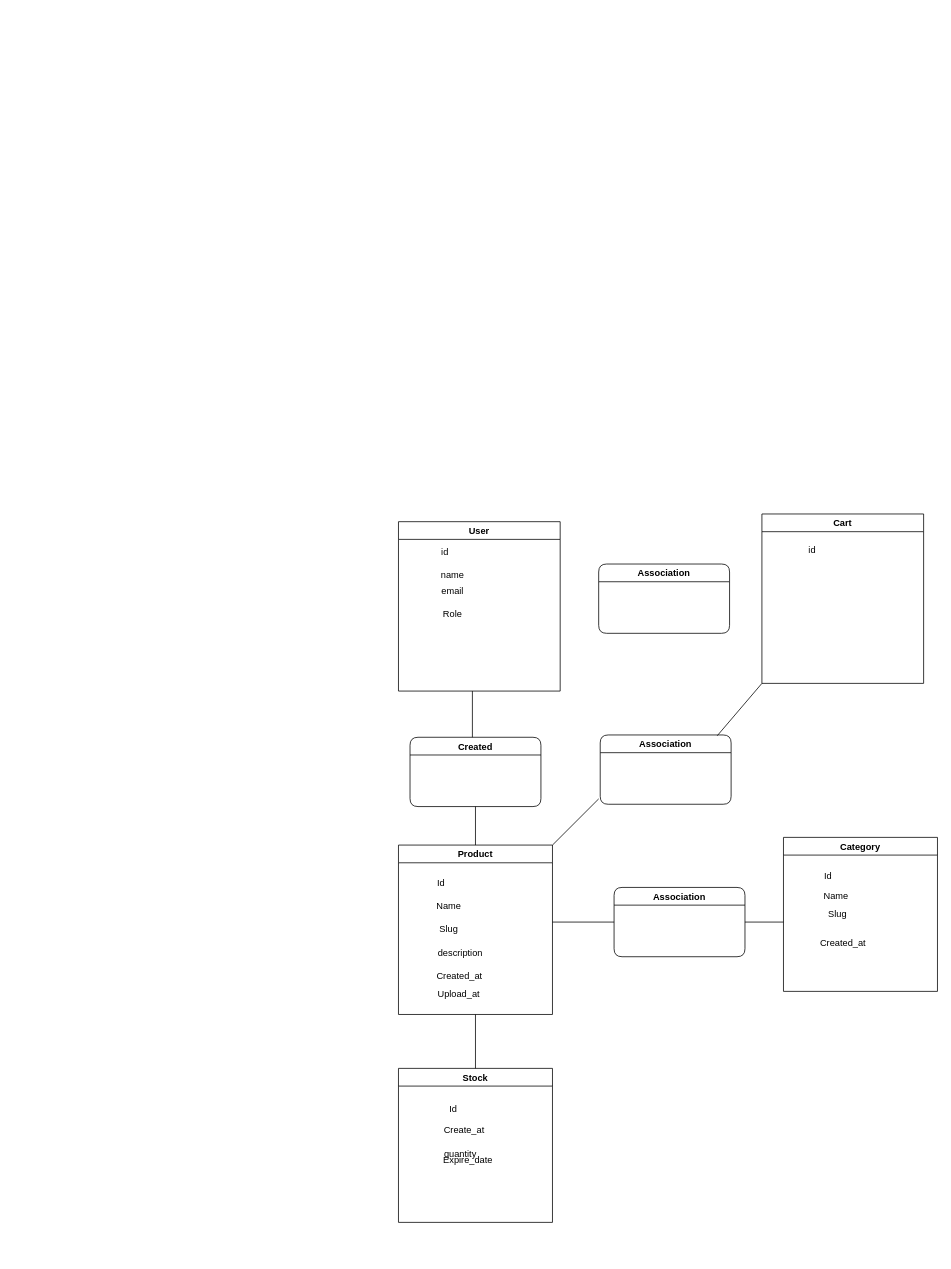
St-el-a-lisa/Ventalis_diagram keeps this draw.io diagram as MCD_Diagram.drawio. Above is the earlier version. Source tidied: cells renumbered, new cells numbered last; positions are measured from the earlier drawing's top-left corner, leaving out a move shared by most shapes. Both pictures are drawn from the tidied source at 77%, with x=0, y=0 at pixel (398, 514).
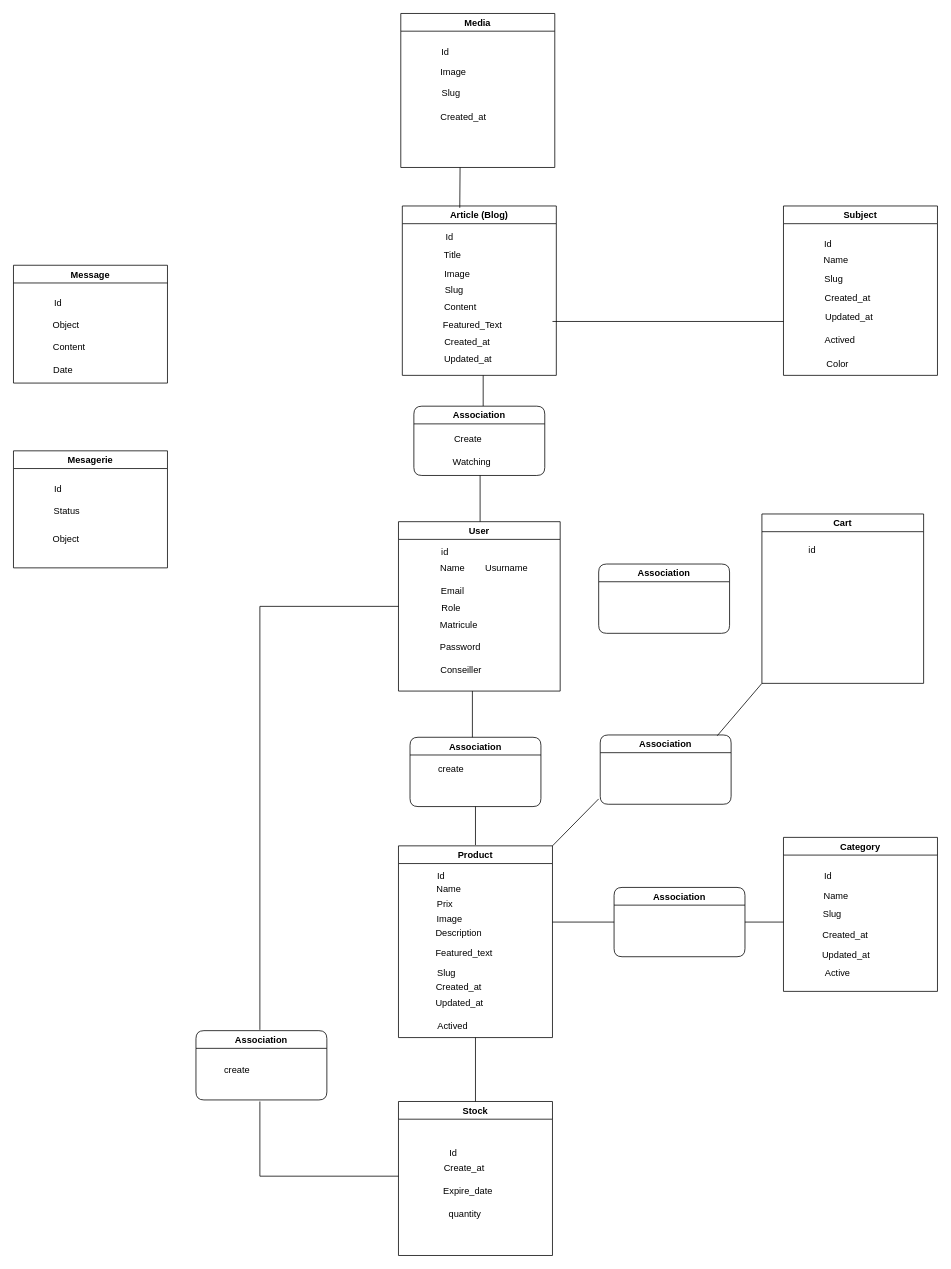
The same page after the edit.

Commit message:
Mettre à jour MCD_Diagram.drawio

The change refers to these unchanged cells:
```xml
<mxCell id="18" value="User" style="swimlane;rounded=0;gradientColor=none;" parent="1" vertex="1">
  <mxGeometry y="10" width="210" height="220" as="geometry" />
</mxCell>
```

Diff of the diagram source:
```diff
@@
     <mxCell id="2" value="Product" style="swimlane;" parent="1" vertex="1">
-      <mxGeometry y="430" width="200" height="220" as="geometry" />
+      <mxGeometry y="431" width="200" height="249" as="geometry" />
     </mxCell>
     <mxCell id="3" value="Id" style="text;html=1;align=center;verticalAlign=middle;strokeColor=none;fillColor=none;" parent="2" vertex="1">
-      <mxGeometry x="40" y="40" width="30" height="20" as="geometry" />
+      <mxGeometry x="40" y="29" width="30" height="20" as="geometry" />
     </mxCell>
     <mxCell id="4" value="Name" style="text;html=1;align=center;verticalAlign=middle;strokeColor=none;fillColor=none;" parent="2" vertex="1">
-      <mxGeometry x="40" y="70" width="50" height="20" as="geometry" />
+      <mxGeometry x="40" y="46" width="50" height="20" as="geometry" />
     </mxCell>
     <mxCell id="5" value="Slug" style="text;html=1;align=center;verticalAlign=middle;strokeColor=none;fillColor=none;" parent="2" vertex="1">
-      <mxGeometry x="45" y="100" width="40" height="20" as="geometry" />
+      <mxGeometry x="42" y="156" width="40" height="20" as="geometry" />
     </mxCell>
-    <mxCell id="6" value="description" style="text;html=1;align=center;verticalAlign=middle;strokeColor=none;fillColor=none;" parent="2" vertex="1">
-      <mxGeometry x="45" y="130" width="70" height="20" as="geometry" />
+    <mxCell id="6" value="Description" style="text;html=1;align=center;verticalAlign=middle;strokeColor=none;fillColor=none;" parent="2" vertex="1">
+      <mxGeometry x="38" y="99" width="80" height="30" as="geometry" />
     </mxCell>
+    <mxCell id="37" value="Actived" style="text;html=1;align=center;verticalAlign=middle;strokeColor=none;fillColor=none;" parent="2" vertex="1">
+      <mxGeometry x="40" y="219" width="60" height="30" as="geometry" />
+    </mxCell>
@@
     <mxCell id="13" value="Created_at" style="text;html=1;align=center;verticalAlign=middle;strokeColor=none;fillColor=none;" parent="1" vertex="1">
-      <mxGeometry x="542" y="547" width="70" height="20" as="geometry" />
+      <mxGeometry x="545" y="537" width="70" height="20" as="geometry" />
     </mxCell>
     <mxCell id="14" value="Created_at" style="text;html=1;align=center;verticalAlign=middle;strokeColor=none;fillColor=none;" parent="1" vertex="1">
-      <mxGeometry x="44" y="590" width="70" height="20" as="geometry" />
+      <mxGeometry x="43" y="605" width="70" height="20" as="geometry" />
     </mxCell>
     <mxCell id="15" value="Slug" style="text;html=1;align=center;verticalAlign=middle;strokeColor=none;fillColor=none;" parent="1" vertex="1">
-      <mxGeometry x="550" y="510" width="40" height="20" as="geometry" />
+      <mxGeometry x="543" y="510" width="40" height="20" as="geometry" />
     </mxCell>
     <mxCell id="16" value="Stock" style="swimlane;rounded=0;gradientColor=none;" parent="1" vertex="1">
-      <mxGeometry y="720" width="200" height="200" as="geometry" />
+      <mxGeometry y="763" width="200" height="200" as="geometry" />
     </mxCell>
+    <mxCell id="27" value="quantity" style="text;html=1;align=center;verticalAlign=middle;strokeColor=none;fillColor=none;" parent="16" vertex="1">
+      <mxGeometry x="56" y="137" width="60" height="20" as="geometry" />
+    </mxCell>
+    <mxCell id="28" value="Expire_date" style="text;html=1;align=center;verticalAlign=middle;strokeColor=none;fillColor=none;" parent="16" vertex="1">
+      <mxGeometry x="50" y="107" width="80" height="20" as="geometry" />
+    </mxCell>
+    <mxCell id="25" value="Create_at" style="text;html=1;align=center;verticalAlign=middle;strokeColor=none;fillColor=none;" parent="16" vertex="1">
+      <mxGeometry x="50" y="77" width="70" height="20" as="geometry" />
+    </mxCell>
+    <mxCell id="24" value="Id" style="text;html=1;align=center;verticalAlign=middle;strokeColor=none;fillColor=none;" parent="16" vertex="1">
+      <mxGeometry x="56" y="57" width="30" height="20" as="geometry" />
+    </mxCell>
@@
-    <mxCell id="19" value="email" style="text;html=1;align=center;verticalAlign=middle;strokeColor=none;fillColor=none;" parent="18" vertex="1">
-      <mxGeometry x="50" y="80" width="40" height="20" as="geometry" />
+    <mxCell id="19" value="Email" style="text;html=1;align=center;verticalAlign=middle;strokeColor=none;fillColor=none;" parent="18" vertex="1">
+      <mxGeometry x="45" y="75" width="50" height="30" as="geometry" />
     </mxCell>
     <mxCell id="20" value="Role" style="text;html=1;align=center;verticalAlign=middle;strokeColor=none;fillColor=none;" parent="18" vertex="1">
-      <mxGeometry x="50" y="110" width="40" height="20" as="geometry" />
+      <mxGeometry x="48" y="103" width="40" height="20" as="geometry" />
     </mxCell>
-    <mxCell id="21" value="name" style="text;html=1;align=center;verticalAlign=middle;strokeColor=none;fillColor=none;" parent="18" vertex="1">
-      <mxGeometry x="45" y="60" width="50" height="20" as="geometry" />
+    <mxCell id="21" value="Name" style="text;html=1;align=center;verticalAlign=middle;strokeColor=none;fillColor=none;" parent="18" vertex="1">
+      <mxGeometry x="40" y="46" width="60" height="30" as="geometry" />
     </mxCell>
@@
+    <mxCell id="38" value="Matricule" style="text;html=1;align=center;verticalAlign=middle;strokeColor=none;fillColor=none;" parent="18" vertex="1">
+      <mxGeometry x="43" y="120" width="70" height="30" as="geometry" />
+    </mxCell>
+    <mxCell id="39" value="Usurname" style="text;html=1;align=center;verticalAlign=middle;strokeColor=none;fillColor=none;" parent="18" vertex="1">
+      <mxGeometry x="100" y="46" width="80" height="30" as="geometry" />
+    </mxCell>
@@
-    <mxCell id="24" value="Id" style="text;html=1;align=center;verticalAlign=middle;strokeColor=none;fillColor=none;" parent="1" vertex="1">
-      <mxGeometry x="56" y="763" width="30" height="20" as="geometry" />
-    </mxCell>
-    <mxCell id="25" value="Create_at" style="text;html=1;align=center;verticalAlign=middle;strokeColor=none;fillColor=none;" parent="1" vertex="1">
-      <mxGeometry x="50" y="790" width="70" height="20" as="geometry" />
-    </mxCell>
-    <mxCell id="26" value="Upload_at" style="text;html=1;align=center;verticalAlign=middle;strokeColor=none;fillColor=none;" parent="1" vertex="1">
-      <mxGeometry x="43" y="614" width="70" height="20" as="geometry" />
+    <mxCell id="26" value="Updated_at" style="text;html=1;align=center;verticalAlign=middle;strokeColor=none;fillColor=none;" parent="1" vertex="1">
+      <mxGeometry x="34" y="620" width="90" height="30" as="geometry" />
     </mxCell>
-    <mxCell id="27" value="quantity" style="text;html=1;align=center;verticalAlign=middle;strokeColor=none;fillColor=none;" parent="1" vertex="1">
-      <mxGeometry x="50" y="821" width="60" height="20" as="geometry" />
-    </mxCell>
-    <mxCell id="28" value="Expire_date" style="text;html=1;align=center;verticalAlign=middle;strokeColor=none;fillColor=none;" parent="1" vertex="1">
-      <mxGeometry x="50" y="829" width="80" height="20" as="geometry" />
-    </mxCell>
-    <mxCell id="29" value="Created" style="swimlane;gradientColor=none;rounded=1;startSize=23;" parent="1" vertex="1">
+    <mxCell id="29" value="Association" style="swimlane;gradientColor=none;rounded=1;startSize=23;" parent="1" vertex="1">
       <mxGeometry x="15" y="290" width="170" height="90" as="geometry" />
     </mxCell>
@@
+    <mxCell id="40" value="Association" style="swimlane;gradientColor=none;rounded=1;startSize=23;" parent="1" vertex="1">
+      <mxGeometry x="-263" y="671" width="170" height="90" as="geometry" />
+    </mxCell>
+    <mxCell id="41" style="endArrow=none;html=1;rounded=0;entryX=0;entryY=0.5;entryDx=0;entryDy=0;edgeStyle=orthogonalEdgeStyle;" parent="1" edge="1" target="18">
+      <mxGeometry relative="1" as="geometry">
+        <mxPoint x="-180" y="670" as="sourcePoint" />
+        <Array as="points">
+          <mxPoint x="-180" y="120" />
+        </Array>
+      </mxGeometry>
+    </mxCell>
+    <mxCell id="42" style="endArrow=none;html=1;rounded=0;edgeStyle=orthogonalEdgeStyle;" parent="1" edge="1">
+      <mxGeometry relative="1" as="geometry">
+        <mxPoint x="-180" y="763" as="sourcePoint" />
+        <mxPoint y="860" as="targetPoint" />
+        <Array as="points">
+          <mxPoint x="-180" y="860" />
+        </Array>
+      </mxGeometry>
+    </mxCell>
+    <mxCell id="43" value="Article (Blog)" style="swimlane;" parent="1" vertex="1">
+      <mxGeometry x="5" y="-400" width="200" height="220" as="geometry" />
+    </mxCell>
+    <mxCell id="44" value="Id" style="text;html=1;align=center;verticalAlign=middle;strokeColor=none;fillColor=none;" parent="43" vertex="1">
+      <mxGeometry x="46" y="31" width="30" height="20" as="geometry" />
+    </mxCell>
+    <mxCell id="45" value="Title" style="text;html=1;align=center;verticalAlign=middle;strokeColor=none;fillColor=none;" parent="43" vertex="1">
+      <mxGeometry x="40" y="49" width="50" height="30" as="geometry" />
+    </mxCell>
+    <mxCell id="46" value="Slug" style="text;html=1;align=center;verticalAlign=middle;strokeColor=none;fillColor=none;" parent="43" vertex="1">
+      <mxGeometry x="47" y="100" width="40" height="20" as="geometry" />
+    </mxCell>
+    <mxCell id="47" value="Content" style="text;html=1;align=center;verticalAlign=middle;strokeColor=none;fillColor=none;" parent="43" vertex="1">
+      <mxGeometry x="40" y="117" width="70" height="30" as="geometry" />
+    </mxCell>
+    <mxCell id="48" value="Featured_Text" style="text;html=1;align=center;verticalAlign=middle;strokeColor=none;fillColor=none;" parent="43" vertex="1">
+      <mxGeometry x="41" y="140" width="100" height="30" as="geometry" />
+    </mxCell>
+    <mxCell id="49" style="endArrow=none;html=1;rounded=0;" parent="43" edge="1">
+      <mxGeometry relative="1" as="geometry">
+        <mxPoint x="105" y="260" as="sourcePoint" />
+        <mxPoint x="105" y="220" as="targetPoint" />
+      </mxGeometry>
+    </mxCell>
+    <mxCell id="50" value="Subject" style="swimlane;" parent="1" vertex="1">
+      <mxGeometry x="500" y="-400" width="200" height="220" as="geometry" />
+    </mxCell>
+    <mxCell id="51" value="Id" style="text;html=1;align=left;verticalAlign=middle;strokeColor=none;fillColor=none;" parent="50" vertex="1">
+      <mxGeometry x="51" y="40" width="30" height="20" as="geometry" />
+    </mxCell>
+    <mxCell id="52" value="Name" style="text;html=1;align=center;verticalAlign=middle;strokeColor=none;fillColor=none;" parent="50" vertex="1">
+      <mxGeometry x="43" y="60" width="50" height="20" as="geometry" />
+    </mxCell>
+    <mxCell id="53" value="Slug" style="text;html=1;align=center;verticalAlign=middle;strokeColor=none;fillColor=none;" parent="50" vertex="1">
+      <mxGeometry x="40" y="80" width="50" height="30" as="geometry" />
+    </mxCell>
+    <mxCell id="54" value="Created_at" style="text;html=1;align=center;verticalAlign=middle;strokeColor=none;fillColor=none;" parent="50" vertex="1">
+      <mxGeometry x="43" y="105" width="80" height="30" as="geometry" />
+    </mxCell>
+    <mxCell id="55" value="Updated_at" style="text;html=1;align=center;verticalAlign=middle;strokeColor=none;fillColor=none;" parent="50" vertex="1">
+      <mxGeometry x="40" y="130" width="90" height="30" as="geometry" />
+    </mxCell>
+    <mxCell id="56" value="Actived" style="text;html=1;align=center;verticalAlign=middle;strokeColor=none;fillColor=none;" parent="50" vertex="1">
+      <mxGeometry x="43" y="160" width="60" height="30" as="geometry" />
+    </mxCell>
+    <mxCell id="57" value="Color" style="text;html=1;align=center;verticalAlign=middle;strokeColor=none;fillColor=none;" parent="50" vertex="1">
+      <mxGeometry x="45" y="190" width="50" height="30" as="geometry" />
+    </mxCell>
+    <mxCell id="58" value="Created_at" style="text;html=1;align=center;verticalAlign=middle;strokeColor=none;fillColor=none;" parent="1" vertex="1">
+      <mxGeometry x="49" y="-238" width="80" height="30" as="geometry" />
+    </mxCell>
+    <mxCell id="59" value="Updated_at" style="text;html=1;align=center;verticalAlign=middle;strokeColor=none;fillColor=none;" parent="1" vertex="1">
+      <mxGeometry x="45" y="-216" width="90" height="30" as="geometry" />
+    </mxCell>
+    <mxCell id="60" value="Image" style="text;html=1;align=center;verticalAlign=middle;strokeColor=none;fillColor=none;" parent="1" vertex="1">
+      <mxGeometry x="46" y="-326" width="60" height="30" as="geometry" />
+    </mxCell>
+    <mxCell id="61" value="Updated_at" style="text;html=1;align=center;verticalAlign=middle;strokeColor=none;fillColor=none;" parent="1" vertex="1">
+      <mxGeometry x="536" y="558" width="90" height="30" as="geometry" />
+    </mxCell>
+    <mxCell id="62" value="Active" style="text;html=1;align=center;verticalAlign=middle;strokeColor=none;fillColor=none;" parent="1" vertex="1">
+      <mxGeometry x="540" y="581" width="60" height="30" as="geometry" />
+    </mxCell>
+    <mxCell id="63" value="Password" style="text;html=1;align=center;verticalAlign=middle;strokeColor=none;fillColor=none;" parent="1" vertex="1">
+      <mxGeometry x="40" y="158" width="80" height="30" as="geometry" />
+    </mxCell>
+    <mxCell id="64" value="Conseiller" style="text;html=1;align=center;verticalAlign=middle;strokeColor=none;fillColor=none;" parent="1" vertex="1">
+      <mxGeometry x="41" y="188" width="80" height="30" as="geometry" />
+    </mxCell>
+    <mxCell id="65" value="Prix" style="text;html=1;align=center;verticalAlign=middle;strokeColor=none;fillColor=none;" parent="1" vertex="1">
+      <mxGeometry x="40" y="492" width="40" height="30" as="geometry" />
+    </mxCell>
+    <mxCell id="66" value="Image" style="text;html=1;align=center;verticalAlign=middle;strokeColor=none;fillColor=none;" parent="1" vertex="1">
+      <mxGeometry x="36" y="512" width="60" height="30" as="geometry" />
+    </mxCell>
+    <mxCell id="67" value="Featured_text" style="text;html=1;align=center;verticalAlign=middle;strokeColor=none;fillColor=none;" parent="1" vertex="1">
+      <mxGeometry x="35" y="556" width="100" height="30" as="geometry" />
+    </mxCell>
+    <mxCell id="68" value="Media" style="swimlane;" parent="1" vertex="1">
+      <mxGeometry x="3" y="-650" width="200" height="200" as="geometry" />
+    </mxCell>
+    <mxCell id="69" value="Id" style="text;html=1;align=left;verticalAlign=middle;strokeColor=none;fillColor=none;" parent="68" vertex="1">
+      <mxGeometry x="51" y="40" width="30" height="20" as="geometry" />
+    </mxCell>
+    <mxCell id="70" value="Image" style="text;html=1;align=center;verticalAlign=middle;strokeColor=none;fillColor=none;" parent="68" vertex="1">
+      <mxGeometry x="38" y="61" width="60" height="30" as="geometry" />
+    </mxCell>
+    <mxCell id="71" value="Slug" style="text;html=1;align=center;verticalAlign=middle;strokeColor=none;fillColor=none;" parent="68" vertex="1">
+      <mxGeometry x="40" y="89" width="50" height="30" as="geometry" />
+    </mxCell>
+    <mxCell id="72" value="Created_at" style="text;html=1;align=center;verticalAlign=middle;strokeColor=none;fillColor=none;" parent="68" vertex="1">
+      <mxGeometry x="41" y="120" width="80" height="30" as="geometry" />
+    </mxCell>
+    <mxCell id="73" style="endArrow=none;html=1;rounded=0;exitX=0.373;exitY=0.011;exitDx=0;exitDy=0;exitPerimeter=0;" parent="1" edge="1" source="43">
+      <mxGeometry relative="1" as="geometry">
+        <mxPoint x="80" y="-450" as="targetPoint" />
+      </mxGeometry>
+    </mxCell>
+    <mxCell id="74" style="endArrow=none;html=1;rounded=0;" parent="1" edge="1">
+      <mxGeometry relative="1" as="geometry">
+        <mxPoint x="200" y="-250" as="sourcePoint" />
+        <mxPoint x="500" y="-250" as="targetPoint" />
+      </mxGeometry>
+    </mxCell>
+    <mxCell id="75" value="Association" style="swimlane;gradientColor=none;rounded=1;startSize=23;" parent="1" vertex="1">
+      <mxGeometry x="20" y="-140" width="170" height="90" as="geometry" />
+    </mxCell>
+    <mxCell id="76" style="endArrow=none;html=1;rounded=0;" parent="1" edge="1">
+      <mxGeometry relative="1" as="geometry">
+        <mxPoint x="106" y="10" as="sourcePoint" />
+        <mxPoint x="106" y="-50" as="targetPoint" />
+      </mxGeometry>
+    </mxCell>
+    <mxCell id="77" value="Create" style="text;html=1;align=center;verticalAlign=middle;strokeColor=none;fillColor=none;" parent="1" vertex="1">
+      <mxGeometry x="60" y="-112" width="60" height="30" as="geometry" />
+    </mxCell>
+    <mxCell id="78" value="Watching" style="text;html=1;align=center;verticalAlign=middle;strokeColor=none;fillColor=none;" parent="1" vertex="1">
+      <mxGeometry x="60" y="-82" width="70" height="30" as="geometry" />
+    </mxCell>
+    <mxCell id="79" value="Message" style="swimlane;" parent="1" vertex="1">
+      <mxGeometry x="-500" y="-323" width="200" height="153" as="geometry" />
+    </mxCell>
+    <mxCell id="80" value="Id" style="text;html=1;align=left;verticalAlign=middle;strokeColor=none;fillColor=none;" parent="79" vertex="1">
+      <mxGeometry x="51" y="40" width="30" height="20" as="geometry" />
+    </mxCell>
+    <mxCell id="81" value="Content" style="text;html=1;align=center;verticalAlign=middle;strokeColor=none;fillColor=none;" parent="79" vertex="1">
+      <mxGeometry x="37" y="92" width="70" height="30" as="geometry" />
+    </mxCell>
+    <mxCell id="82" value="Object" style="text;html=1;align=center;verticalAlign=middle;strokeColor=none;fillColor=none;" parent="79" vertex="1">
+      <mxGeometry x="38" y="63" width="60" height="30" as="geometry" />
+    </mxCell>
+    <mxCell id="83" value="Date" style="text;html=1;align=center;verticalAlign=middle;strokeColor=none;fillColor=none;" parent="79" vertex="1">
+      <mxGeometry x="39" y="121" width="50" height="30" as="geometry" />
+    </mxCell>
+    <mxCell id="84" value="Mesagerie" style="swimlane;" parent="1" vertex="1">
+      <mxGeometry x="-500" y="-82" width="200" height="152" as="geometry" />
+    </mxCell>
+    <mxCell id="85" value="Id" style="text;html=1;align=left;verticalAlign=middle;strokeColor=none;fillColor=none;" parent="84" vertex="1">
+      <mxGeometry x="51" y="40" width="30" height="20" as="geometry" />
+    </mxCell>
+    <mxCell id="86" value="Object" style="text;html=1;align=center;verticalAlign=middle;strokeColor=none;fillColor=none;" parent="84" vertex="1">
+      <mxGeometry x="38" y="100" width="60" height="30" as="geometry" />
+    </mxCell>
+    <mxCell id="87" value="Status" style="text;html=1;align=center;verticalAlign=middle;strokeColor=none;fillColor=none;" parent="84" vertex="1">
+      <mxGeometry x="39" y="64" width="60" height="30" as="geometry" />
+    </mxCell>
+    <mxCell id="88" value="create" style="text;html=1;align=center;verticalAlign=middle;strokeColor=none;fillColor=none;" parent="1" vertex="1">
+      <mxGeometry x="-240" y="708" width="60" height="30" as="geometry" />
+    </mxCell>
+    <mxCell id="89" value="create" style="text;html=1;align=center;verticalAlign=middle;strokeColor=none;fillColor=none;" parent="1" vertex="1">
+      <mxGeometry x="38" y="316" width="60" height="30" as="geometry" />
+    </mxCell>
```
